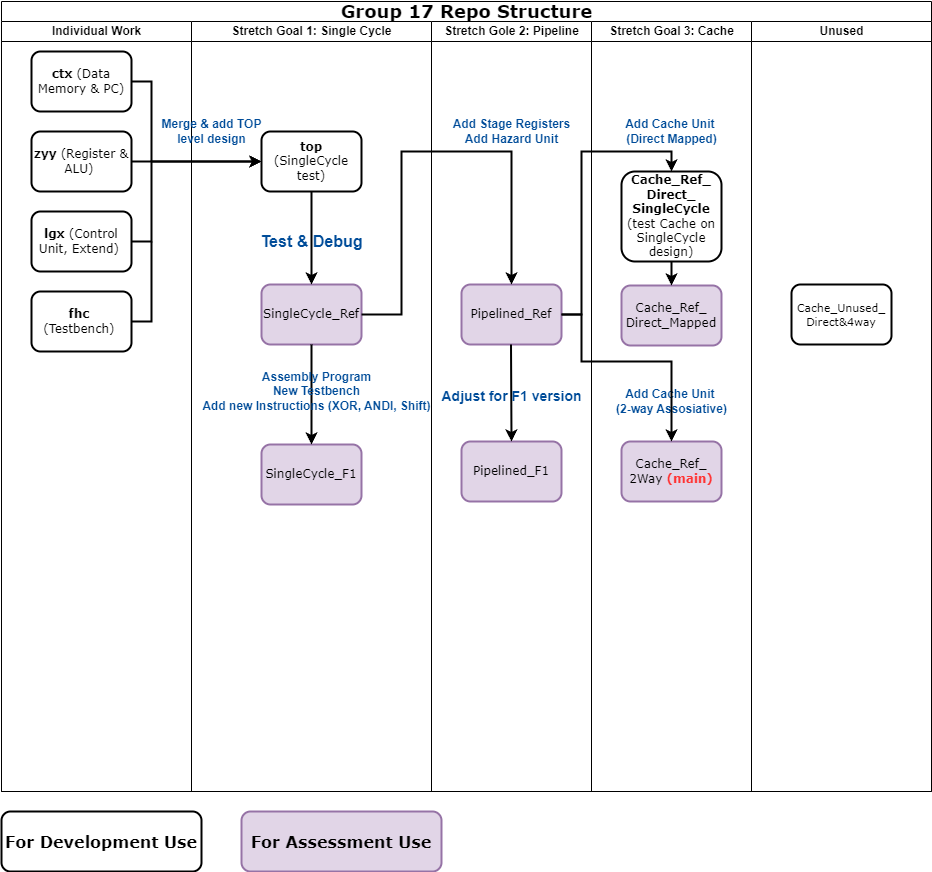
Above: Images/Repo Structure.png in franfafdaf/IAC_23autumn_Group17-Coursework (draw.io), before the change. Source tidied: cells renumbered, new cells last; positions are measured from the earlier drawing's top-left corner, leaving out a move shared by most shapes.
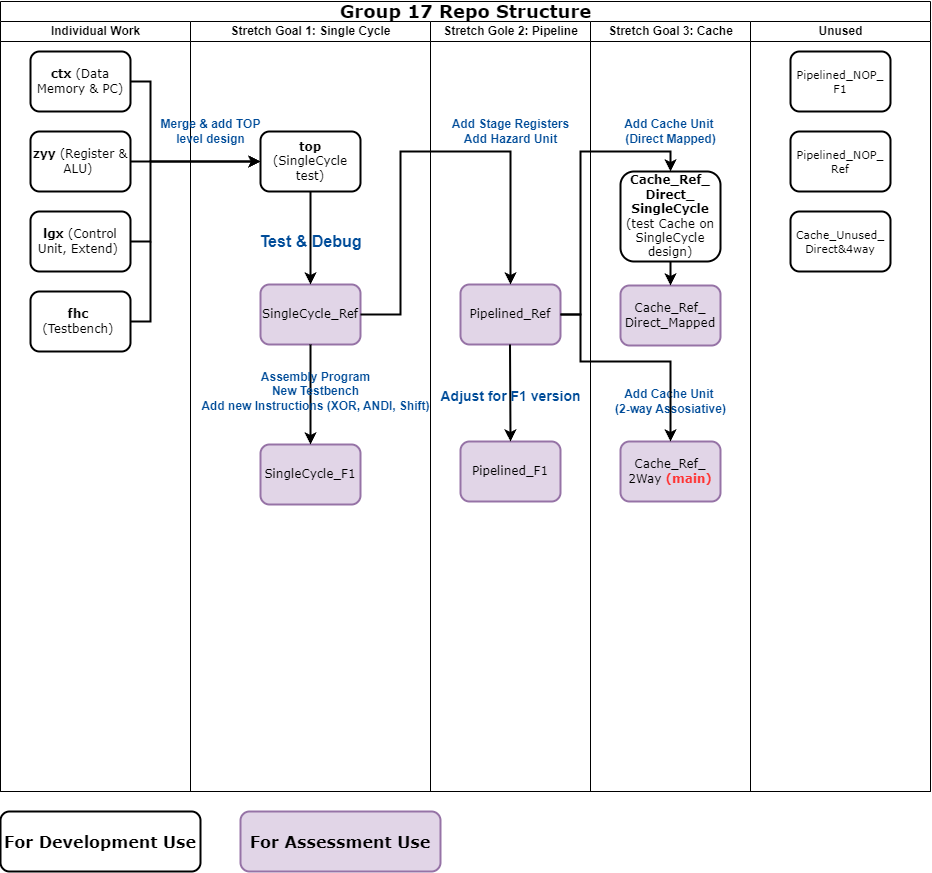
Above is the later version.

The edit, as a diff of the source:
```diff
@@ -130,8 +130,14 @@
       <mxGeometry x="750" y="20" width="180" height="770" as="geometry" />
     </mxCell>
     <mxCell id="35" value="&lt;span style=&quot;font-size: 11px;&quot;&gt;Cache_Unused_&lt;br&gt;Direct&amp;amp;4way&lt;/span&gt;" style="rounded=1;whiteSpace=wrap;html=1;shadow=0;labelBackgroundColor=none;strokeWidth=2;fontFamily=Verdana;fontSize=8;align=center;" parent="34" vertex="1">
-      <mxGeometry x="40" y="263" width="100" height="60" as="geometry" />
+      <mxGeometry x="40" y="190" width="100" height="60" as="geometry" />
     </mxCell>
+    <mxCell id="41" value="&lt;span style=&quot;font-size: 11px;&quot;&gt;Pipelined_NOP_&lt;br&gt;Ref&lt;/span&gt;" style="rounded=1;whiteSpace=wrap;html=1;shadow=0;labelBackgroundColor=none;strokeWidth=2;fontFamily=Verdana;fontSize=8;align=center;" parent="34" vertex="1">
+      <mxGeometry x="40" y="110" width="100" height="60" as="geometry" />
+    </mxCell>
+    <mxCell id="42" value="&lt;span style=&quot;font-size: 11px;&quot;&gt;Pipelined_NOP_&lt;br&gt;F1&lt;/span&gt;" style="rounded=1;whiteSpace=wrap;html=1;shadow=0;labelBackgroundColor=none;strokeWidth=2;fontFamily=Verdana;fontSize=8;align=center;" parent="34" vertex="1">
+      <mxGeometry x="40" y="30" width="100" height="60" as="geometry" />
+    </mxCell>
     <mxCell id="36" style="edgeStyle=none;jettySize=auto;html=1;rounded=0;strokeWidth=2;endArrow=classic;endFill=1;exitX=1;exitY=0.5;exitDx=0;exitDy=0;entryX=0.5;entryY=0;entryDx=0;entryDy=0;" parent="2" edge="1" source="10" target="21">
       <mxGeometry relative="1" as="geometry">
         <Array as="points">
```
